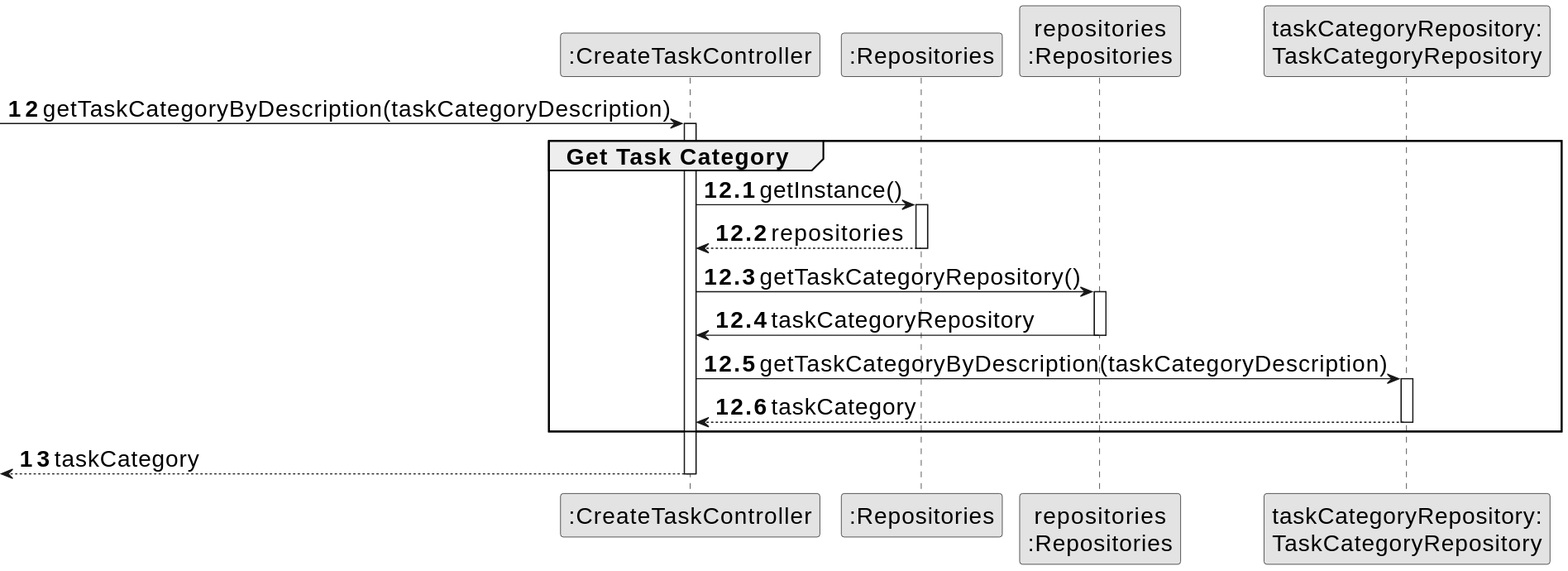
The PlantUML diagram docs/sprintA&B&C/us022/03.design/svg/us022-sequence-diagram-partial-get-task-object.svg in daniel41silva05/ISEP_2023_2024_LAPR2, before a commit.
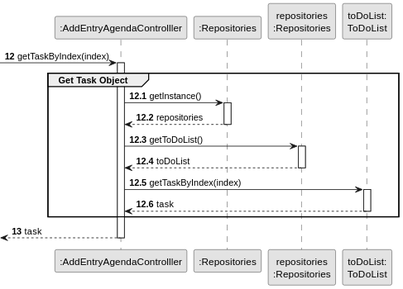
Later version of the same file.

The edit, as a diff of the source:
```diff
@@ -1,43 +1,43 @@
 @startuml
-skinparamlocked defaultFontSize 20
 skinparam monochrome true
 skinparam packageStyle rectangle
 skinparam shadowing false
 
-participant ":CreateTaskController" as CTRL
-participant ":Repositories" as RepositorySingleton
-participant "repositories\n:Repositories" as PLAT
-participant "taskCategoryRepository:\nTaskCategoryRepository" as TaskCategoryRepository
+autonumber
+
+
+participant ":AddEntryAgendaControlller" as CTRL
+participant ":Repositories" as REP
+participant "repositories\n:Repositories" as REPS
+participant "toDoList:\nToDoList" as toDoList
 
 autonumber 12
--> CTRL : getTaskCategoryByDescription(taskCategoryDescription)
 
+ -> CTRL : getTaskByIndex(index)
 autonumber 12.1
+activate CTRL
+    group Get Task Object
 
-activate CTRL
-    group Get Task Category
-        CTRL -> RepositorySingleton : getInstance()
-        activate RepositorySingleton
+            CTRL -> REP: getInstance()
+            activate REP
 
-            RepositorySingleton --> CTRL: repositories
-        deactivate RepositorySingleton
+            REP --> CTRL: repositories
+            deactivate REP
 
-        CTRL -> PLAT : getTaskCategoryRepository()
-        activate PLAT
+            CTRL -> REPS: getToDoList()
+            activate REPS
 
-            PLAT -> CTRL : taskCategoryRepository
-        deactivate PLAT
+            REPS --> CTRL: toDoList
+            deactivate REPS
 
-        CTRL -> TaskCategoryRepository : getTaskCategoryByDescription(taskCategoryDescription)
-        activate TaskCategoryRepository
+            CTRL -> toDoList: getTaskByIndex(index)
+            activate toDoList
 
-            TaskCategoryRepository --> CTRL : taskCategory
-        deactivate TaskCategoryRepository
+            toDoList --> CTRL: task
+            deactivate toDoList
 
-    end group
-
+    end
     autonumber 13
-    <-- CTRL : taskCategory
-
+    <-- CTRL  : task
 deactivate CTRL
 @enduml
```
